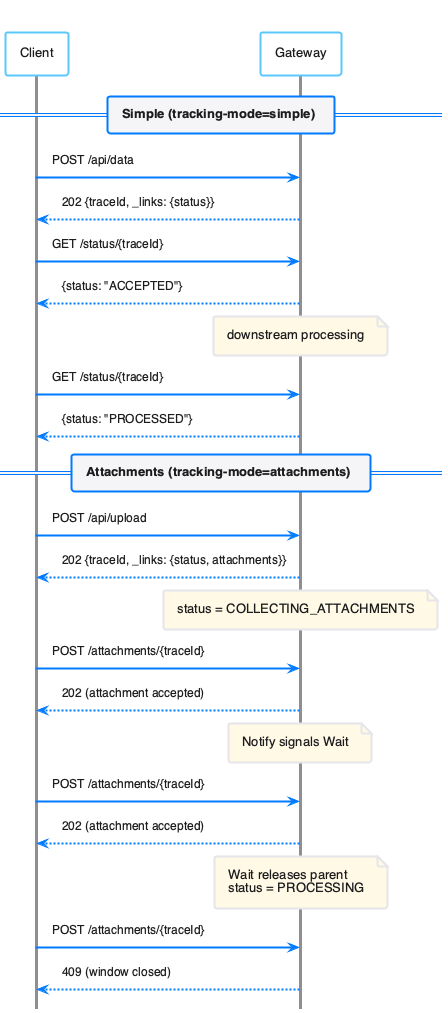
Before: doc/plantuml/tracking-modes.png, a diagram exported from PlantUML (cuioss/nifi-extensions).
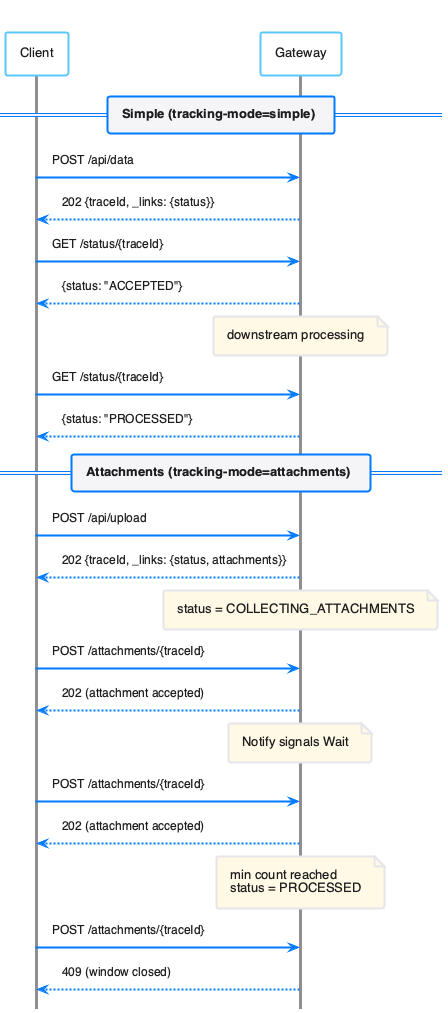
Above is the later version.

Change to the diagram source:
```diff
@@ -29,7 +29,7 @@
 
 Client -> Gateway : POST /attachments/{traceId}
 Gateway --> Client : 202 (attachment accepted)
-note over Gateway : Wait releases parent\nstatus = PROCESSING
+note over Gateway : min count reached\nstatus = PROCESSED
 
 Client -> Gateway : POST /attachments/{traceId}
 Gateway --> Client : 409 (window closed)
```
